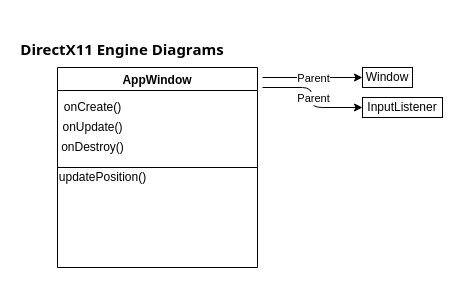
This is DirectX Engine Diagram.drawio from aditya-c2512/aditya-c2512, a draw.io file, before an edit. Source tidied: cells renumbered, new cells numbered last; positions are measured from the earlier drawing's top-left corner, leaving out a move shared by most shapes. Both pictures are drawn from the tidied source at 100%, with x=0, y=0 at pixel (17, 37).
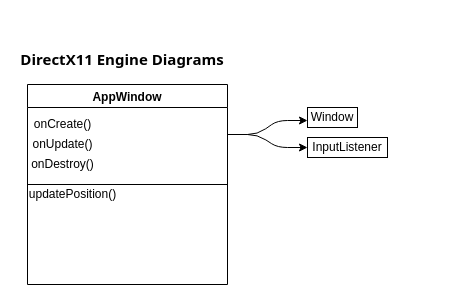
Above is the later version.

Diff of the diagram source:
```diff
@@
 <mxGraphModel>
   <root>
     <mxCell id="0" />
     <mxCell id="1" parent="0" />
     <mxCell id="2" value="AppWindow" style="swimlane;" parent="1" vertex="1">
-      <mxGeometry x="40" y="30" width="200" height="200" as="geometry" />
+      <mxGeometry x="10" y="47" width="200" height="200" as="geometry" />
     </mxCell>
     <mxCell id="3" value="onCreate()" style="text;html=1;align=center;verticalAlign=middle;strokeColor=none;" parent="2" vertex="1">
       <mxGeometry y="30" width="70" height="20" as="geometry" />
     </mxCell>
     <mxCell id="4" value="onUpdate()" style="text;html=1;align=center;verticalAlign=middle;strokeColor=none;" parent="2" vertex="1">
       <mxGeometry x="-5" y="50" width="80" height="20" as="geometry" />
     </mxCell>
     <mxCell id="5" value="onDestroy()" style="text;html=1;align=center;verticalAlign=middle;strokeColor=none;" parent="2" vertex="1">
       <mxGeometry x="-5" y="70" width="80" height="20" as="geometry" />
     </mxCell>
     <mxCell id="6" style="endArrow=none;html=1;entryX=1;entryY=0.5;entryDx=0;entryDy=0;" parent="2" edge="1" target="2">
       <mxGeometry relative="1" as="geometry">
         <mxPoint y="100" as="sourcePoint" />
       </mxGeometry>
     </mxCell>
     <mxCell id="7" value="updatePosition()" style="text;html=1;align=center;verticalAlign=middle;strokeColor=none;" parent="2" vertex="1">
       <mxGeometry x="-5" y="100" width="100" height="20" as="geometry" />
     </mxCell>
-    <mxCell id="8" style="endArrow=classic;html=1;" parent="1" edge="1">
-      <mxGeometry relative="1" as="geometry">
-        <mxPoint x="245" y="40" as="sourcePoint" />
-        <mxPoint x="345" y="40" as="targetPoint" />
-      </mxGeometry>
-    </mxCell>
-    <mxCell id="9" value="Parent" style="edgeLabel;html=1;align=center;verticalAlign=middle;" parent="8" vertex="1">
-      <mxGeometry relative="1" as="geometry" />
-    </mxCell>
     <mxCell id="10" value="Window" style="rounded=0;whiteSpace=wrap;html=1;" parent="1" vertex="1">
-      <mxGeometry x="345" y="30" width="50" height="20" as="geometry" />
+      <mxGeometry x="290" y="70" width="50" height="20" as="geometry" />
     </mxCell>
     <mxCell id="11" style="edgeStyle=orthogonalEdgeStyle;rounded=0;orthogonalLoop=1;jettySize=auto;html=1;exitX=0.5;exitY=1;exitDx=0;exitDy=0;" parent="1" edge="1" source="10" target="10">
       <mxGeometry relative="1" as="geometry" />
     </mxCell>
-    <mxCell id="12" style="endArrow=classic;html=1;edgeStyle=elbowEdgeStyle;" parent="1" edge="1">
-      <mxGeometry relative="1" as="geometry">
-        <mxPoint x="245" y="50" as="sourcePoint" />
-        <mxPoint x="345" y="70" as="targetPoint" />
-      </mxGeometry>
-    </mxCell>
-    <mxCell id="13" value="Parent" style="edgeLabel;html=1;align=center;verticalAlign=middle;" parent="12" vertex="1">
-      <mxGeometry relative="1" as="geometry" />
-    </mxCell>
     <mxCell id="14" value="InputListener" style="rounded=0;whiteSpace=wrap;html=1;" parent="1" vertex="1">
-      <mxGeometry x="345" y="60" width="80" height="20" as="geometry" />
+      <mxGeometry x="290" y="100" width="80" height="20" as="geometry" />
     </mxCell>
     <mxCell id="15" value="&lt;h1&gt;&lt;b&gt;&lt;font style=&quot;font-size: 15px&quot; face=&quot;Tahoma&quot;&gt;DirectX11 Engine Diagrams&lt;/font&gt;&lt;/b&gt;&lt;/h1&gt;" style="text;html=1;strokeColor=none;fillColor=none;align=center;verticalAlign=middle;whiteSpace=wrap;rounded=0;" parent="1" vertex="1">
-      <mxGeometry width="210" height="20" as="geometry" />
+      <mxGeometry y="10" width="210" height="20" as="geometry" />
     </mxCell>
+    <mxCell id="16" style="endArrow=classic;html=1;entryX=0;entryY=0.65;entryDx=0;entryDy=0;entryPerimeter=0;edgeStyle=entityRelationEdgeStyle;exitX=1;exitY=0.25;exitDx=0;exitDy=0;" parent="1" edge="1" source="2" target="10">
+      <mxGeometry relative="1" as="geometry" />
+    </mxCell>
+    <mxCell id="17" style="endArrow=classic;html=1;entryX=0;entryY=0.5;entryDx=0;entryDy=0;edgeStyle=entityRelationEdgeStyle;exitX=1;exitY=0.25;exitDx=0;exitDy=0;" parent="1" edge="1" source="2" target="14">
+      <mxGeometry relative="1" as="geometry" />
+    </mxCell>
   </root>
 </mxGraphModel>
```
